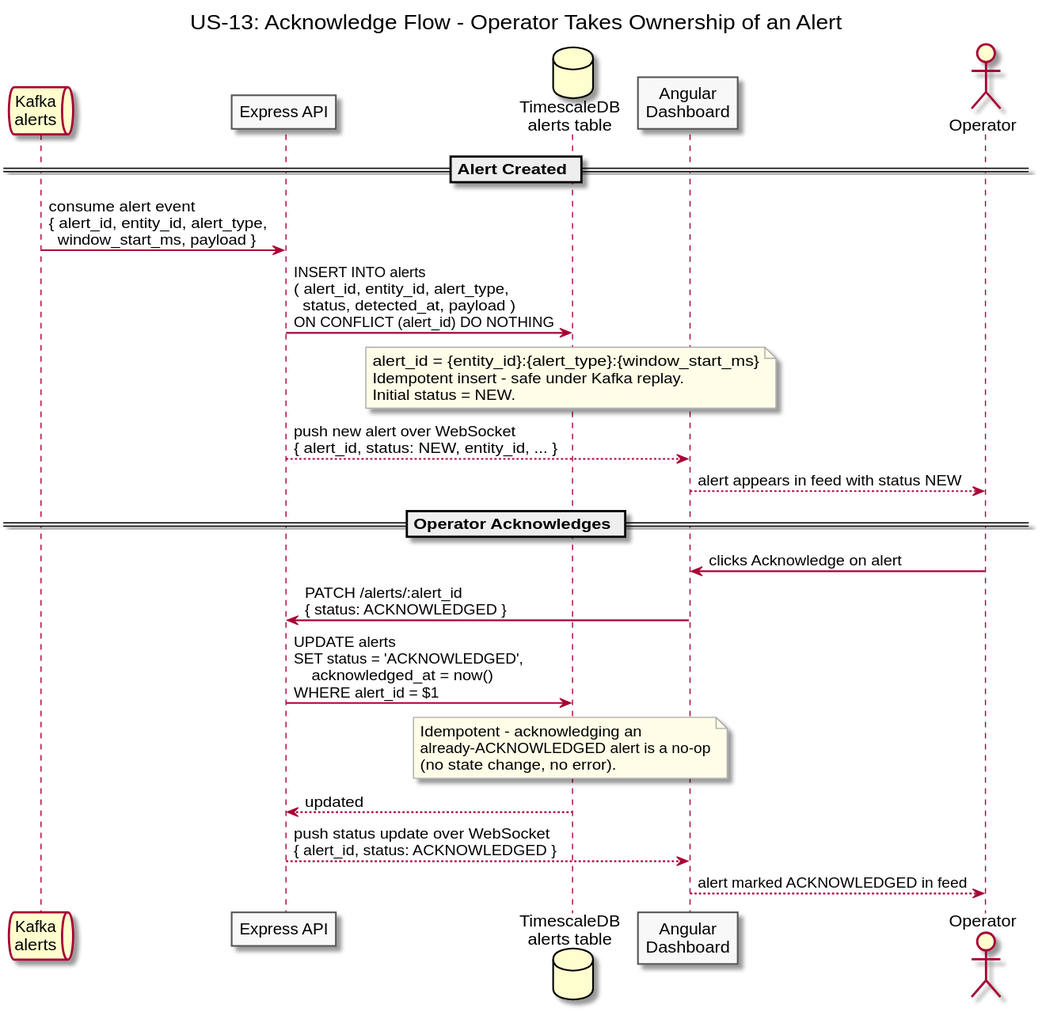
Above: diagrams/docs/use-cases/US-13-alert-lifecycle/acknowledge-flow.svg in Buffden/sentinel (PlantUML), before the change.
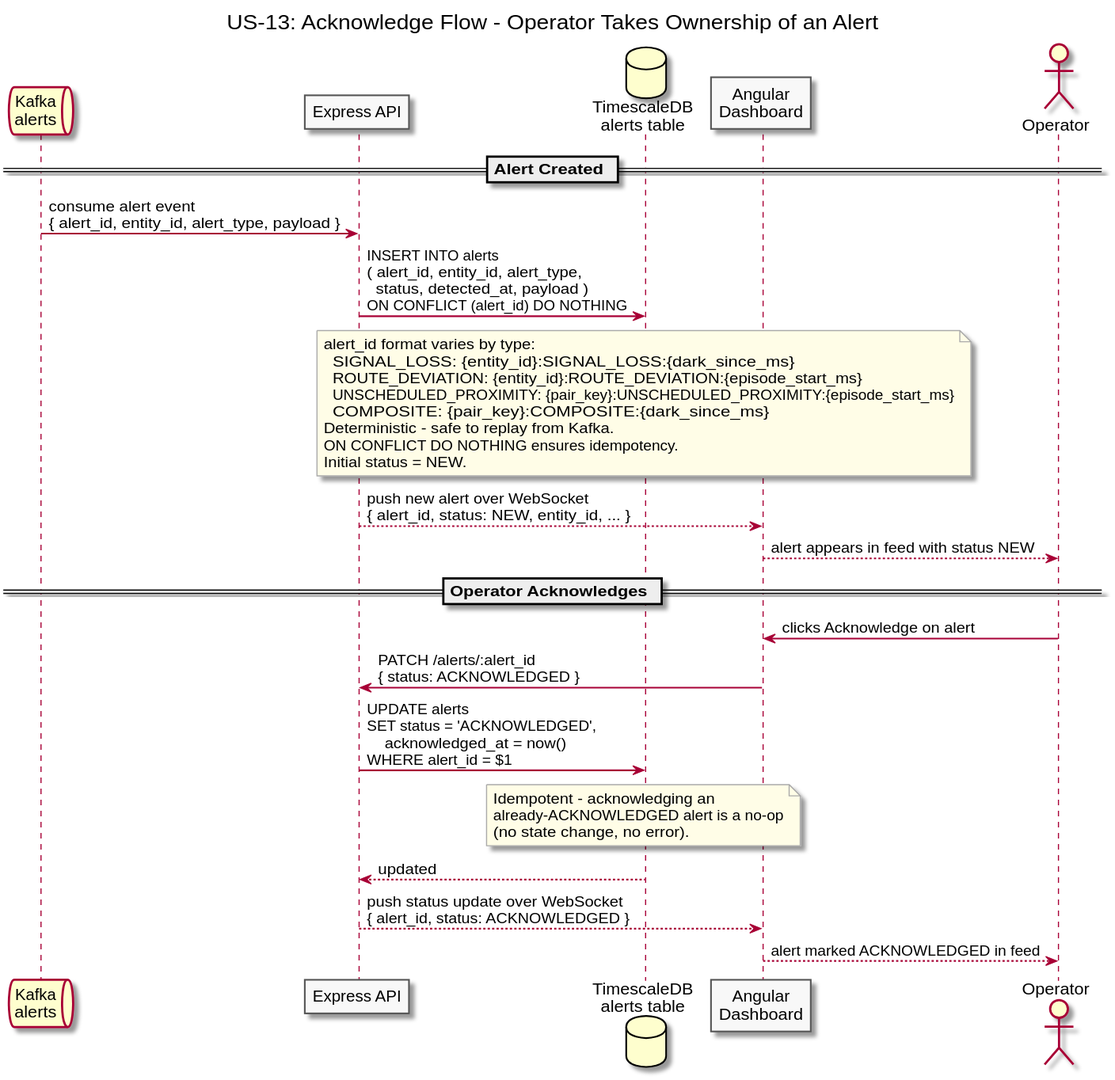
The same file after the commit.

The edit, as a diff of the source:
```diff
@@ -15,13 +15,18 @@
 
 == Alert Created ==
 
-Kafka -> API : consume alert event\n{ alert_id, entity_id, alert_type,\n  window_start_ms, payload }
+Kafka -> API : consume alert event\n{ alert_id, entity_id, alert_type, payload }
 
 API -> TSDB : INSERT INTO alerts\n( alert_id, entity_id, alert_type,\n  status, detected_at, payload )\nON CONFLICT (alert_id) DO NOTHING
 
 note over TSDB
-  alert_id = {entity_id}:{alert_type}:{window_start_ms}
-  Idempotent insert - safe under Kafka replay.
+  alert_id format varies by type:
+    SIGNAL_LOSS:           {entity_id}:SIGNAL_LOSS:{dark_since_ms}
+    ROUTE_DEVIATION:       {entity_id}:ROUTE_DEVIATION:{episode_start_ms}
+    UNSCHEDULED_PROXIMITY: {pair_key}:UNSCHEDULED_PROXIMITY:{episode_start_ms}
+    COMPOSITE:             {pair_key}:COMPOSITE:{dark_since_ms}
+  Deterministic - safe to replay from Kafka.
+  ON CONFLICT DO NOTHING ensures idempotency.
   Initial status = NEW.
 end note
 
```
